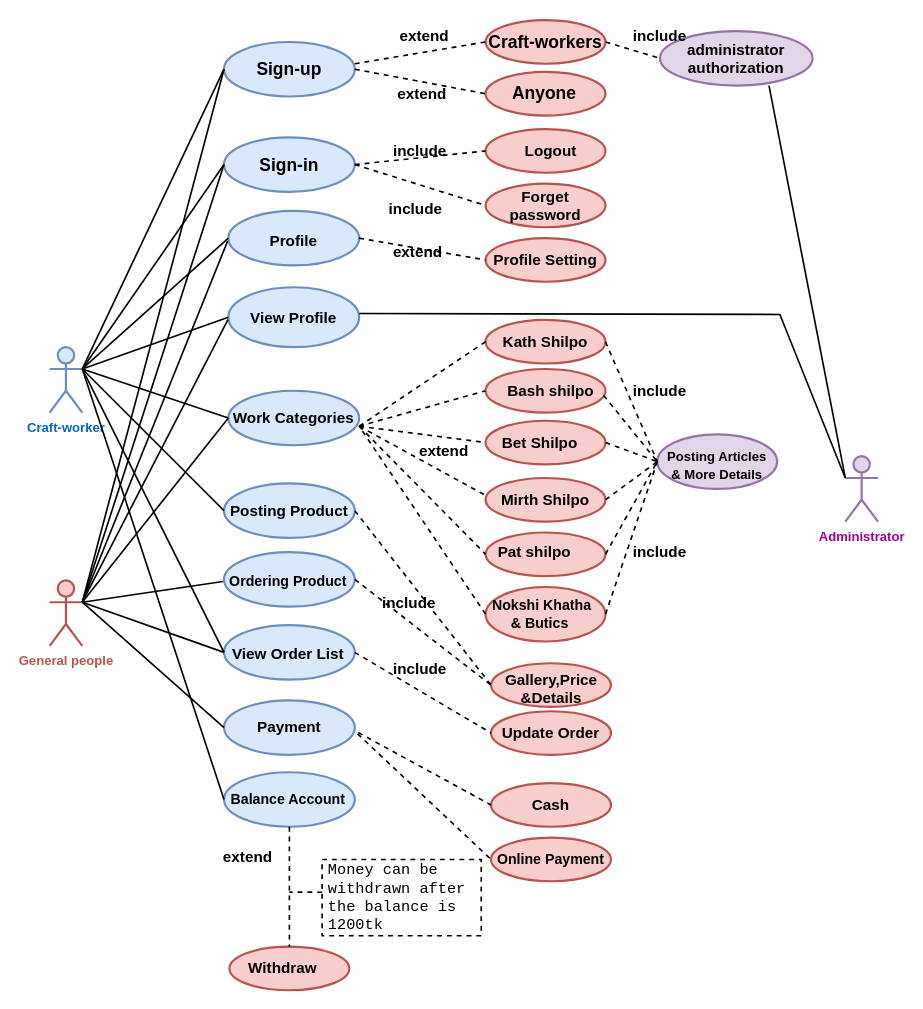
Above: se231use.drawio in Fatema-A-Ferdaus/se231 (draw.io), before the change. Source tidied: cells renumbered, new cells numbered last; positions are measured from the earlier drawing's top-left corner, leaving out a move shared by most shapes. Both pictures are drawn from the tidied source at 109%, with x=0, y=0 at pixel (49, 20).
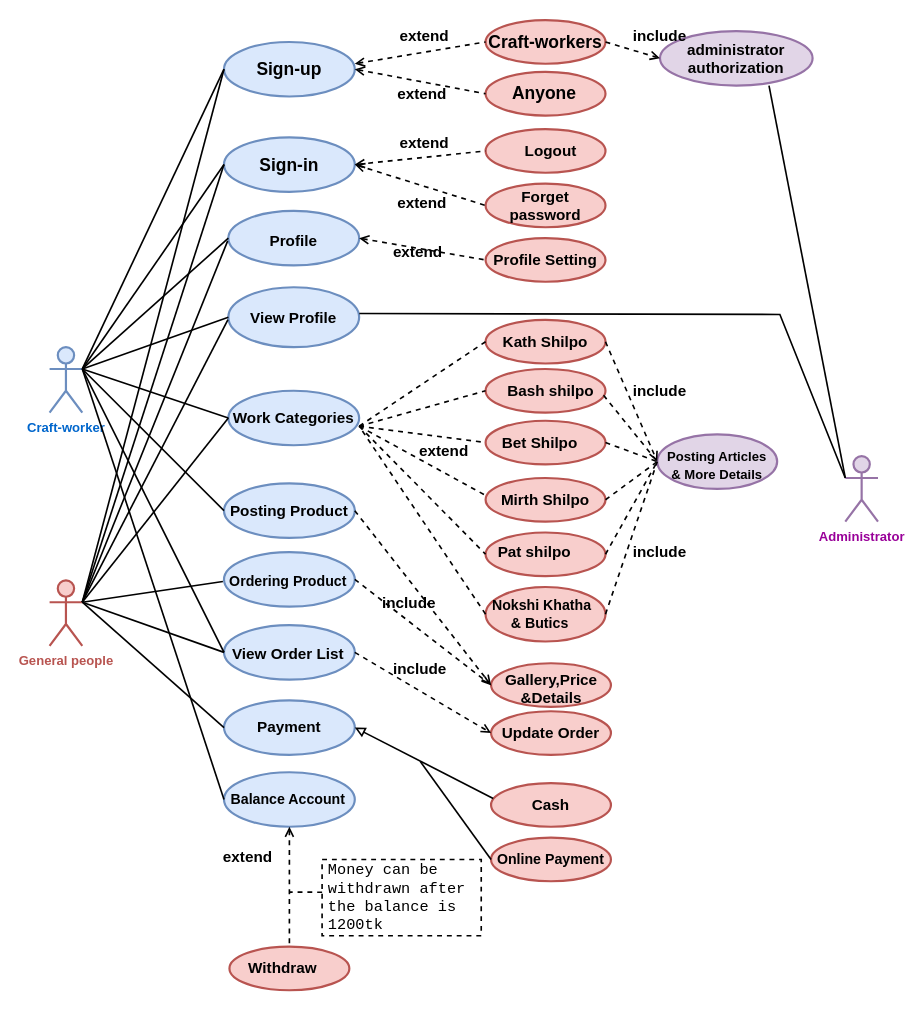
The same page after the edit.

The change refers to these unchanged cells:
```xml
<mxCell id="5" style="ellipse;whiteSpace=wrap;html=1;fillColor=#dae8fc;strokeColor=#6c8ebf;strokeWidth=2;" parent="1" vertex="1">
  <mxGeometry x="160" y="20" width="120" height="50" as="geometry" />
</mxCell>
<mxCell id="6" style="ellipse;whiteSpace=wrap;html=1;fillColor=#dae8fc;strokeColor=#6c8ebf;strokeWidth=2;" parent="1" vertex="1">
  <mxGeometry x="160" y="107.5" width="120" height="50" as="geometry" />
</mxCell>
<mxCell id="7" style="ellipse;whiteSpace=wrap;html=1;fillColor=#dae8fc;strokeColor=#6c8ebf;strokeWidth=2;" parent="1" vertex="1">
  <mxGeometry x="164" y="175" width="120" height="50" as="geometry" />
</mxCell>
<mxCell id="13" value="&lt;span style=&quot;font-size: 12pt ; font-family: &amp;#34;arial&amp;#34; ; color: rgb(0 , 0 , 0) ; background-color: transparent ; font-weight: 700 ; font-style: normal ; font-variant: normal ; text-decoration: none ; vertical-align: baseline&quot; id=&quot;docs-internal-guid-ee5e7e48-7fff-0333-686c-282adb7aed8b&quot;&gt;Craft-workers&lt;/span&gt;" style="text;html=1;strokeColor=none;fillColor=none;align=center;verticalAlign=middle;whiteSpace=wrap;rounded=0;fontColor=#B85450;" parent="1" vertex="1">
  <mxGeometry x="400" y="10" width="110" height="20" as="geometry" />
</mxCell>
<mxCell id="14" value="&lt;p dir=&quot;ltr&quot; style=&quot;line-height: 1.38 ; margin-left: 36pt ; margin-top: 0pt ; margin-bottom: 0pt&quot; id=&quot;docs-internal-guid-f657e5cc-7fff-a9fc-151d-04bddcebe516&quot;&gt;&lt;span style=&quot;font-size: 12pt ; font-family: &amp;#34;arial&amp;#34; ; color: rgb(0 , 0 , 0) ; background-color: transparent ; font-weight: 700 ; font-style: normal ; font-variant: normal ; text-decoration: none ; vertical-align: baseline&quot;&gt;Anyone&lt;/span&gt;&lt;/p&gt;" style="text;html=1;strokeColor=none;fillColor=none;align=center;verticalAlign=middle;whiteSpace=wrap;rounded=0;fontColor=#B85450;" parent="1" vertex="1">
  <mxGeometry x="400" y="52.5" width="60" height="30" as="geometry" />
</mxCell>
<mxCell id="17" style="ellipse;whiteSpace=wrap;html=1;strokeColor=#9673a6;strokeWidth=2;fillColor=#e1d5e7;" parent="1" vertex="1">
  <mxGeometry x="560" y="10" width="140" height="50" as="geometry" />
</mxCell>
<mxCell id="22" style="ellipse;whiteSpace=wrap;html=1;strokeColor=#b85450;strokeWidth=2;fillColor=#f8cecc;" parent="1" vertex="1">
  <mxGeometry x="400" y="100" width="110" height="40" as="geometry" />
</mxCell>
<mxCell id="23" style="ellipse;whiteSpace=wrap;html=1;strokeColor=#b85450;strokeWidth=2;fillColor=#f8cecc;" parent="1" vertex="1">
  <mxGeometry x="400" y="150" width="110" height="40" as="geometry" />
</mxCell>
<mxCell id="33" style="ellipse;whiteSpace=wrap;html=1;strokeColor=#b85450;strokeWidth=2;fillColor=#f8cecc;" parent="1" vertex="1">
  <mxGeometry x="400" y="200" width="110" height="40" as="geometry" />
</mxCell>
<mxCell id="40" style="ellipse;whiteSpace=wrap;html=1;strokeColor=#b85450;strokeWidth=2;fillColor=#f8cecc;" parent="1" vertex="1">
  <mxGeometry x="400" y="275" width="110" height="40" as="geometry" />
</mxCell>
<mxCell id="58" style="ellipse;whiteSpace=wrap;html=1;strokeColor=#9673a6;strokeWidth=2;fillColor=#e1d5e7;" parent="1" vertex="1">
  <mxGeometry x="557.5" y="380" width="110" height="50" as="geometry" />
</mxCell>
<mxCell id="68" style="ellipse;whiteSpace=wrap;html=1;fillColor=#dae8fc;strokeColor=#6c8ebf;strokeWidth=2;" parent="1" vertex="1">
  <mxGeometry x="160" y="425" width="120" height="50" as="geometry" />
</mxCell>
<mxCell id="69" style="ellipse;whiteSpace=wrap;html=1;fillColor=#dae8fc;strokeColor=#6c8ebf;strokeWidth=2;" parent="1" vertex="1">
  <mxGeometry x="160" y="488.1" width="120" height="50" as="geometry" />
</mxCell>
<mxCell id="70" style="ellipse;whiteSpace=wrap;html=1;fillColor=#dae8fc;strokeColor=#6c8ebf;strokeWidth=2;" parent="1" vertex="1">
  <mxGeometry x="160" y="555" width="120" height="50" as="geometry" />
</mxCell>
<mxCell id="71" style="ellipse;whiteSpace=wrap;html=1;fillColor=#dae8fc;strokeColor=#6c8ebf;strokeWidth=2;" parent="1" vertex="1">
  <mxGeometry x="160" y="624" width="120" height="50" as="geometry" />
</mxCell>
<mxCell id="73" style="ellipse;whiteSpace=wrap;html=1;strokeColor=#b85450;strokeWidth=2;fillColor=#f8cecc;" parent="1" vertex="1">
  <mxGeometry x="405" y="590" width="110" height="40" as="geometry" />
</mxCell>
<mxCell id="80" style="ellipse;whiteSpace=wrap;html=1;strokeColor=#b85450;strokeWidth=2;fillColor=#f8cecc;" parent="1" vertex="1">
  <mxGeometry x="405" y="634" width="110" height="40" as="geometry" />
</mxCell>
<mxCell id="103" style="ellipse;whiteSpace=wrap;html=1;strokeColor=#b85450;strokeWidth=2;fillColor=#f8cecc;" parent="1" vertex="1">
  <mxGeometry x="405" y="700" width="110" height="40" as="geometry" />
</mxCell>
<mxCell id="104" style="ellipse;whiteSpace=wrap;html=1;strokeColor=#b85450;strokeWidth=2;fillColor=#f8cecc;" parent="1" vertex="1">
  <mxGeometry x="405" y="750" width="110" height="40" as="geometry" />
</mxCell>
<mxCell id="108" value="&lt;font style=&quot;font-size: 13px&quot;&gt;&lt;b&gt;Online Payment&lt;/b&gt;&lt;/font&gt;" style="text;html=1;strokeColor=none;fillColor=none;align=center;verticalAlign=middle;whiteSpace=wrap;rounded=0;fontSize=14;" parent="1" vertex="1">
  <mxGeometry x="405" y="755" width="110" height="30" as="geometry" />
</mxCell>
<mxCell id="112" style="ellipse;whiteSpace=wrap;html=1;strokeColor=#b85450;strokeWidth=2;fillColor=#f8cecc;" parent="1" vertex="1">
  <mxGeometry x="165" y="850" width="110" height="40" as="geometry" />
</mxCell>
```

Diff of the diagram source:
```diff
@@
-    <mxCell id="15" style="endArrow=none;dashed=1;html=1;rounded=0;fontColor=#B85450;entryX=0;entryY=0.5;entryDx=0;entryDy=0;strokeWidth=1.5;" parent="1" edge="1" target="13">
+    <mxCell id="15" style="endArrow=none;dashed=1;html=1;rounded=0;fontColor=#B85450;entryX=0;entryY=0.5;entryDx=0;entryDy=0;strokeWidth=1.5;startArrow=open;startFill=0;" parent="1" edge="1" target="13">
       <mxGeometry relative="1" as="geometry">
         <mxPoint x="280" y="40" as="sourcePoint" />
       </mxGeometry>
     </mxCell>
-    <mxCell id="16" style="endArrow=none;dashed=1;html=1;rounded=0;fontColor=#B85450;exitX=1;exitY=0.5;exitDx=0;exitDy=0;strokeWidth=1.5;entryX=0;entryY=0.5;entryDx=0;entryDy=0;" parent="1" edge="1" source="5" target="14">
+    <mxCell id="16" style="endArrow=none;dashed=1;html=1;rounded=0;fontColor=#B85450;exitX=1;exitY=0.5;exitDx=0;exitDy=0;strokeWidth=1.5;entryX=0;entryY=0.5;entryDx=0;entryDy=0;startArrow=open;startFill=0;" parent="1" edge="1" source="5" target="14">
       <mxGeometry relative="1" as="geometry" />
     </mxCell>
@@
-    <mxCell id="18" style="endArrow=none;dashed=1;html=1;rounded=0;fontColor=#B85450;strokeWidth=1.5;entryX=0;entryY=0.5;entryDx=0;entryDy=0;exitX=1;exitY=0.5;exitDx=0;exitDy=0;" parent="1" edge="1" source="13" target="17">
+    <mxCell id="18" style="endArrow=open;dashed=1;html=1;rounded=0;fontColor=#B85450;strokeWidth=1.5;entryX=0;entryY=0.5;entryDx=0;entryDy=0;exitX=1;exitY=0.5;exitDx=0;exitDy=0;endFill=0;" parent="1" edge="1" source="13" target="17">
       <mxGeometry relative="1" as="geometry" />
     </mxCell>
@@
-    <mxCell id="24" style="endArrow=none;dashed=1;html=1;rounded=0;fontSize=14;fontColor=#000000;strokeWidth=1.5;entryX=0;entryY=0.5;entryDx=0;entryDy=0;exitX=1;exitY=0.5;exitDx=0;exitDy=0;" parent="1" edge="1" source="6" target="22">
+    <mxCell id="24" style="endArrow=none;dashed=1;html=1;rounded=0;fontSize=14;fontColor=#000000;strokeWidth=1.5;entryX=0;entryY=0.5;entryDx=0;entryDy=0;exitX=1;exitY=0.5;exitDx=0;exitDy=0;startArrow=open;startFill=0;" parent="1" edge="1" source="6" target="22">
       <mxGeometry relative="1" as="geometry" />
     </mxCell>
-    <mxCell id="25" style="endArrow=none;dashed=1;html=1;rounded=0;fontSize=14;fontColor=#000000;strokeWidth=1.5;entryX=0;entryY=0.5;entryDx=0;entryDy=0;exitX=1;exitY=0.5;exitDx=0;exitDy=0;" parent="1" edge="1" source="6" target="23">
+    <mxCell id="25" style="endArrow=none;dashed=1;html=1;rounded=0;fontSize=14;fontColor=#000000;strokeWidth=1.5;entryX=0;entryY=0.5;entryDx=0;entryDy=0;exitX=1;exitY=0.5;exitDx=0;exitDy=0;startArrow=open;startFill=0;" parent="1" edge="1" source="6" target="23">
       <mxGeometry relative="1" as="geometry" />
     </mxCell>
@@
-    <mxCell id="27" value="&lt;b&gt;include&lt;/b&gt;" style="text;html=1;strokeColor=none;fillColor=none;align=center;verticalAlign=middle;whiteSpace=wrap;rounded=0;fontSize=14;fontColor=#000000;" parent="1" vertex="1">
-      <mxGeometry x="310" y="105" width="60" height="30" as="geometry" />
-    </mxCell>
@@
-    <mxCell id="34" style="endArrow=none;dashed=1;html=1;rounded=0;fontSize=14;fontColor=#000000;strokeWidth=1.5;entryX=0;entryY=0.5;entryDx=0;entryDy=0;exitX=1;exitY=0.5;exitDx=0;exitDy=0;" parent="1" edge="1" source="7" target="33">
+    <mxCell id="34" style="endArrow=none;dashed=1;html=1;rounded=0;fontSize=14;fontColor=#000000;strokeWidth=1.5;entryX=0;entryY=0.5;entryDx=0;entryDy=0;exitX=1;exitY=0.5;exitDx=0;exitDy=0;startArrow=open;startFill=0;" parent="1" edge="1" source="7" target="33">
       <mxGeometry relative="1" as="geometry" />
     </mxCell>
@@
-    <mxCell id="44" value="&lt;b&gt;include&lt;/b&gt;" style="text;html=1;strokeColor=none;fillColor=none;align=center;verticalAlign=middle;whiteSpace=wrap;rounded=0;fontSize=14;fontColor=#000000;" parent="1" vertex="1">
-      <mxGeometry x="306" y="157.5" width="60" height="30" as="geometry" />
-    </mxCell>
@@
-    <mxCell id="59" style="endArrow=none;dashed=1;html=1;rounded=0;fontSize=13;entryX=0;entryY=0.5;entryDx=0;entryDy=0;exitX=1;exitY=0.5;exitDx=0;exitDy=0;strokeWidth=1.5;" parent="1" edge="1" source="40" target="58">
+    <mxCell id="59" style="endArrow=open;dashed=1;html=1;rounded=0;fontSize=13;entryX=0;entryY=0.5;entryDx=0;entryDy=0;exitX=1;exitY=0.5;exitDx=0;exitDy=0;strokeWidth=1.5;endFill=0;" parent="1" edge="1" source="40" target="58">
       <mxGeometry relative="1" as="geometry" />
     </mxCell>
@@
-    <mxCell id="75" style="endArrow=none;dashed=1;html=1;rounded=0;fontSize=14;strokeWidth=1.5;entryX=0;entryY=0.5;entryDx=0;entryDy=0;exitX=1;exitY=0.5;exitDx=0;exitDy=0;" parent="1" edge="1" source="68" target="73">
+    <mxCell id="75" style="endArrow=open;dashed=1;html=1;rounded=0;fontSize=14;strokeWidth=1.5;entryX=0;entryY=0.5;entryDx=0;entryDy=0;exitX=1;exitY=0.5;exitDx=0;exitDy=0;endFill=0;" parent="1" edge="1" source="68" target="73">
       <mxGeometry relative="1" as="geometry" />
     </mxCell>
@@
-    <mxCell id="79" style="endArrow=none;dashed=1;html=1;rounded=0;fontSize=13;strokeWidth=1.5;exitX=1;exitY=0.5;exitDx=0;exitDy=0;entryX=0;entryY=0.5;entryDx=0;entryDy=0;" parent="1" edge="1" source="69" target="73">
+    <mxCell id="79" style="endArrow=openThin;dashed=1;html=1;rounded=0;fontSize=13;strokeWidth=1.5;exitX=1;exitY=0.5;exitDx=0;exitDy=0;entryX=0;entryY=0.5;entryDx=0;entryDy=0;endFill=0;" parent="1" edge="1" source="69" target="73">
       <mxGeometry relative="1" as="geometry" />
     </mxCell>
@@
-    <mxCell id="82" style="endArrow=none;dashed=1;html=1;rounded=0;fontSize=14;strokeWidth=1.5;entryX=0;entryY=0.5;entryDx=0;entryDy=0;exitX=1;exitY=0.5;exitDx=0;exitDy=0;" parent="1" edge="1" source="70" target="80">
+    <mxCell id="82" style="endArrow=open;dashed=1;html=1;rounded=0;fontSize=14;strokeWidth=1.5;entryX=0;entryY=0.5;entryDx=0;entryDy=0;exitX=1;exitY=0.5;exitDx=0;exitDy=0;startArrow=none;startFill=0;endFill=0;" parent="1" edge="1" source="70" target="80">
       <mxGeometry relative="1" as="geometry" />
     </mxCell>
@@
-    <mxCell id="105" style="endArrow=none;dashed=1;html=1;rounded=0;fontSize=14;strokeColor=default;strokeWidth=1.5;entryX=0;entryY=0.5;entryDx=0;entryDy=0;exitX=1.026;exitY=0.591;exitDx=0;exitDy=0;exitPerimeter=0;" parent="1" edge="1" source="71" target="103">
-      <mxGeometry relative="1" as="geometry" />
-    </mxCell>
-    <mxCell id="106" style="endArrow=none;dashed=1;html=1;rounded=0;fontSize=14;strokeColor=default;strokeWidth=1.5;exitX=1.021;exitY=0.614;exitDx=0;exitDy=0;exitPerimeter=0;entryX=0;entryY=0.5;entryDx=0;entryDy=0;" parent="1" edge="1" source="71" target="104">
-      <mxGeometry relative="1" as="geometry" />
-    </mxCell>
@@
-    <mxCell id="115" style="endArrow=none;dashed=1;html=1;rounded=0;fontSize=14;strokeColor=default;strokeWidth=1.5;entryX=0.5;entryY=0;entryDx=0;entryDy=0;" parent="1" edge="1" target="112">
+    <mxCell id="115" style="endArrow=none;dashed=1;html=1;rounded=0;fontSize=14;strokeColor=default;strokeWidth=1.5;entryX=0.5;entryY=0;entryDx=0;entryDy=0;startArrow=open;startFill=0;" parent="1" edge="1" target="112">
       <mxGeometry relative="1" as="geometry">
         <mxPoint x="220" y="740" as="sourcePoint" />
       </mxGeometry>
     </mxCell>
@@
+    <mxCell id="117" value="&lt;font size=&quot;1&quot;&gt;&lt;b style=&quot;font-size: 14px&quot;&gt;extend&lt;/b&gt;&lt;/font&gt;" style="text;html=1;align=center;verticalAlign=middle;whiteSpace=wrap;rounded=0;" parent="1" vertex="1">
+      <mxGeometry x="312" y="100" width="64" height="25" as="geometry" />
+    </mxCell>
+    <mxCell id="118" value="&lt;font size=&quot;1&quot;&gt;&lt;b style=&quot;font-size: 14px&quot;&gt;extend&lt;/b&gt;&lt;/font&gt;" style="text;html=1;align=center;verticalAlign=middle;whiteSpace=wrap;rounded=0;" parent="1" vertex="1">
+      <mxGeometry x="310" y="155" width="64" height="25" as="geometry" />
+    </mxCell>
+    <mxCell id="119" style="endArrow=block;html=1;rounded=0;exitX=0.018;exitY=0.35;exitDx=0;exitDy=0;exitPerimeter=0;entryX=1;entryY=0.5;entryDx=0;entryDy=0;startArrow=none;startFill=0;endFill=0;strokeWidth=1.5;" parent="1" edge="1" source="103" target="71">
+      <mxGeometry relative="1" as="geometry" />
+    </mxCell>
+    <mxCell id="120" style="endArrow=none;html=1;rounded=0;exitX=0;exitY=0.5;exitDx=0;exitDy=0;strokeWidth=1.5;" parent="1" edge="1" source="108">
+      <mxGeometry relative="1" as="geometry">
+        <mxPoint x="340" y="680" as="targetPoint" />
+      </mxGeometry>
+    </mxCell>
```
